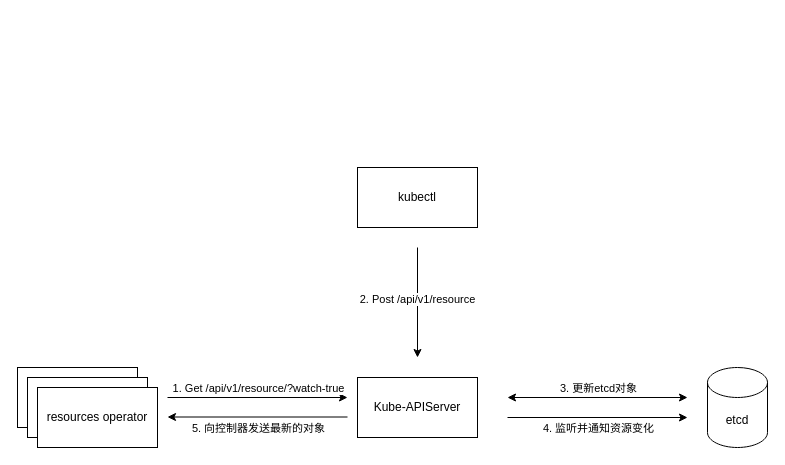
spiswe/scripts keeps this draw.io diagram as Untitled Diagram.drawio. Above is the earlier version. Source tidied: cells renumbered, new cells numbered last; positions are measured from the earlier drawing's top-left corner, leaving out a move shared by most shapes. Both pictures are drawn from the tidied source at 100%, with x=0, y=0 at pixel (17, 167).
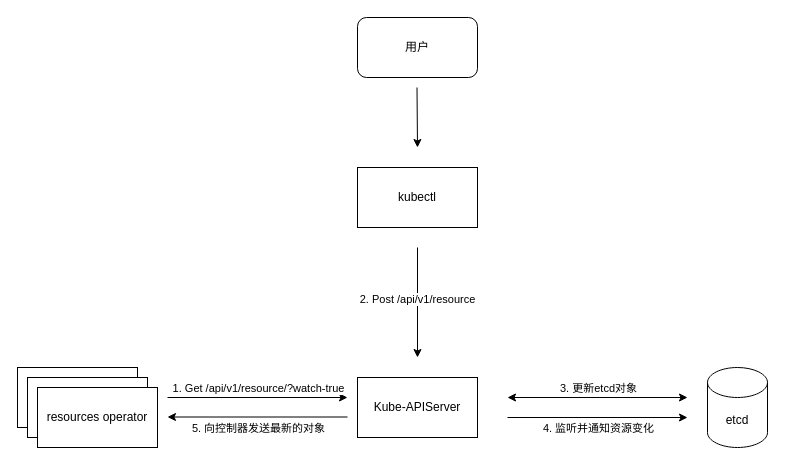
The same page after the edit.

Diff of the diagram source:
```diff
@@
+    <mxCell id="19" value="用户" style="rounded=1;whiteSpace=wrap;html=1;" parent="1" vertex="1">
+      <mxGeometry x="340" y="-150" width="120" height="60" as="geometry" />
+    </mxCell>
+    <mxCell id="20" style="endArrow=classic;html=1;rounded=0;" parent="1" edge="1">
+      <mxGeometry relative="1" as="geometry">
+        <mxPoint x="399.5" y="-80" as="sourcePoint" />
+        <mxPoint x="400" y="-20" as="targetPoint" />
+      </mxGeometry>
+    </mxCell>
```
